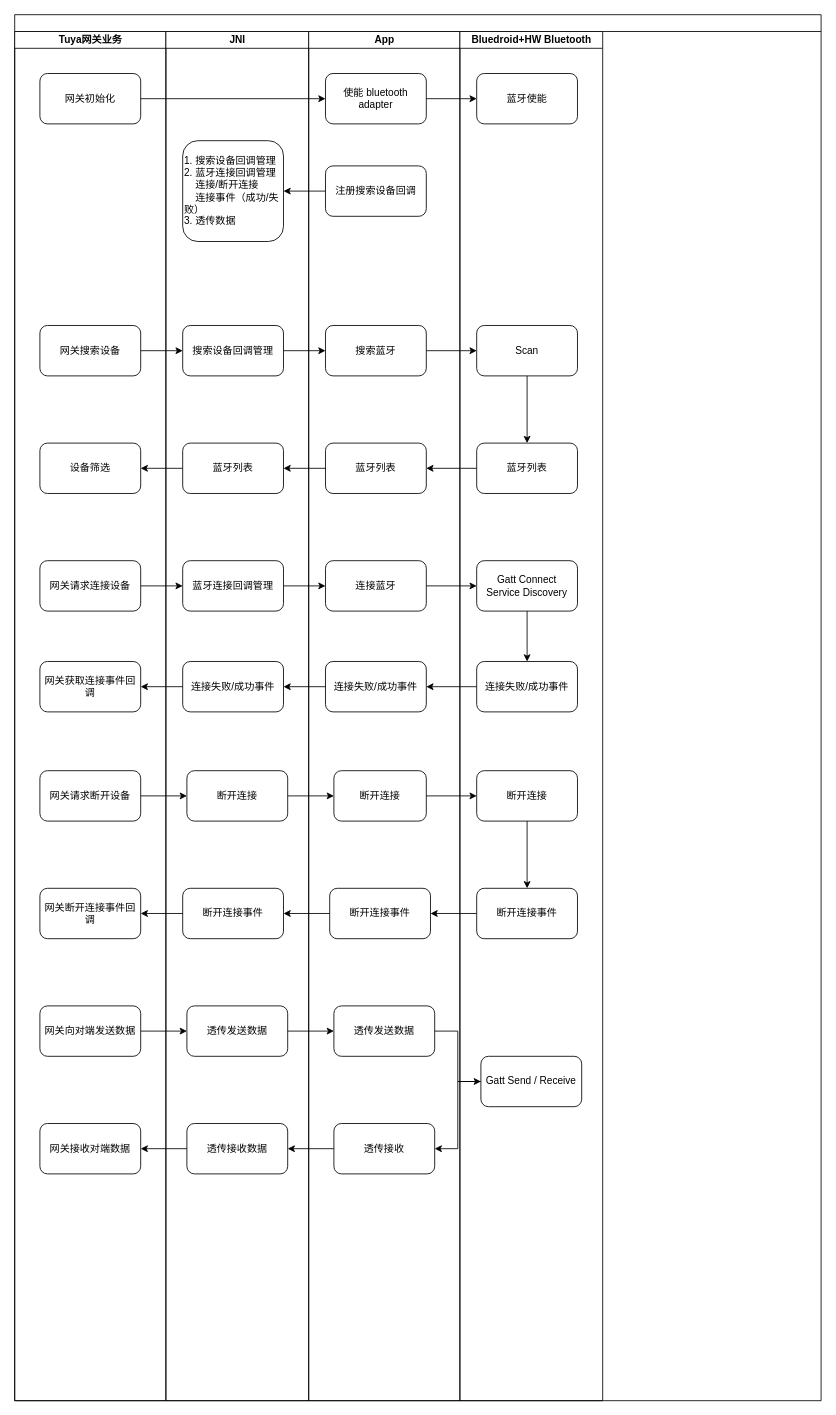
This is 未命名绘图.drawio from mimimumu/htmltest, a draw.io file, before an edit. Source tidied: cells renumbered, new cells numbered last; positions are measured from the earlier drawing's top-left corner, leaving out a move shared by most shapes. Both pictures are drawn from the tidied source at 84%, with x=0, y=0 at pixel (14, 14).
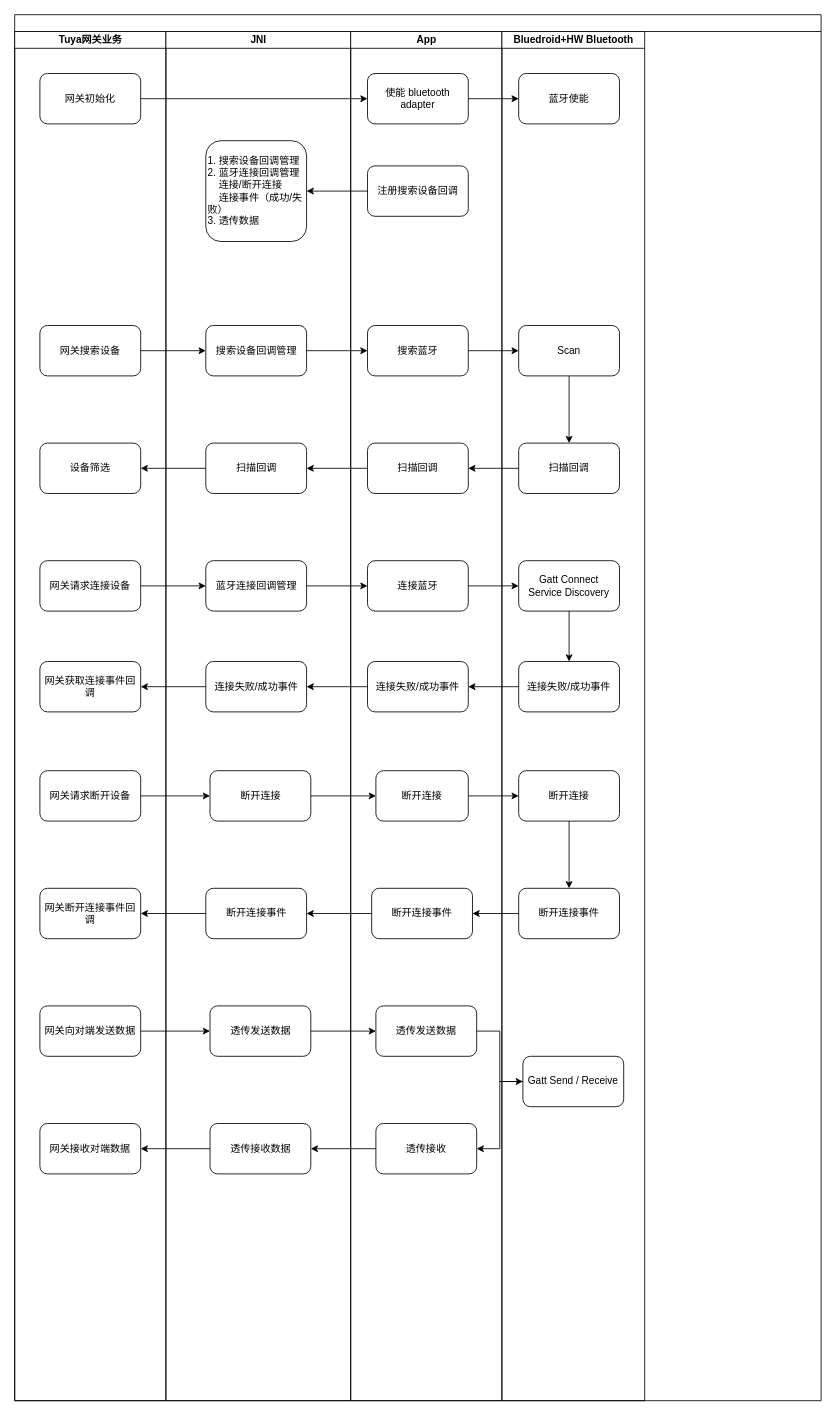
Above is the later version.

Commit message:
更新未命名绘图.drawio

The change refers to these unchanged cells:
```xml
<mxCell id="2" style="swimlane;html=1;startSize=20;rounded=0;shadow=0;labelBackgroundColor=none;strokeWidth=1;fontFamily=Verdana;fontSize=8;align=center;" parent="1" vertex="1">
  <mxGeometry width="960" height="1650" as="geometry" />
</mxCell>
<mxCell id="29" value="断开连接事件" style="whiteSpace=wrap;html=1;rounded=1;" parent="21" vertex="1">
  <mxGeometry x="25" y="1020" width="120" height="60" as="geometry" />
</mxCell>
<mxCell id="39" value="断开连接" style="whiteSpace=wrap;html=1;rounded=1;" parent="31" vertex="1">
  <mxGeometry x="20" y="880" width="120" height="60" as="geometry" />
</mxCell>
<mxCell id="40" value="Gatt Send / Receive" style="whiteSpace=wrap;html=1;rounded=1;" parent="31" vertex="1">
  <mxGeometry x="25" y="1220" width="120" height="60" as="geometry" />
</mxCell>
```

Diff of the diagram source:
```diff
@@
     <mxCell id="11" value="JNI" style="swimlane;html=1;startSize=20;" parent="2" vertex="1">
-      <mxGeometry x="180" y="20" width="170" height="1630" as="geometry" />
+      <mxGeometry x="180" y="20" width="220" height="1630" as="geometry" />
     </mxCell>
     <mxCell id="12" value="1. 搜索设备回调管理&lt;br&gt;2. 蓝牙连接回调管理&lt;br&gt;&amp;nbsp; &amp;nbsp; 连接/断开连接&lt;br&gt;&amp;nbsp; &amp;nbsp;&amp;nbsp;&lt;span style=&quot;text-align: center&quot;&gt;连接事件（成功/失败）&lt;br&gt;3. 透传数据&lt;br&gt;&lt;/span&gt;" style="rounded=1;whiteSpace=wrap;html=1;align=left;" parent="11" vertex="1">
-      <mxGeometry x="20" y="130" width="120" height="120" as="geometry" />
+      <mxGeometry x="47.5" y="130" width="120" height="120" as="geometry" />
     </mxCell>
     <mxCell id="13" value="搜索设备回调管理" style="rounded=1;whiteSpace=wrap;html=1;" parent="11" vertex="1">
-      <mxGeometry x="20" y="350" width="120" height="60" as="geometry" />
+      <mxGeometry x="47.5" y="350" width="120" height="60" as="geometry" />
     </mxCell>
-    <mxCell id="14" value="蓝牙列表" style="whiteSpace=wrap;html=1;rounded=1;" parent="11" vertex="1">
-      <mxGeometry x="20" y="490" width="120" height="60" as="geometry" />
+    <mxCell id="14" value="扫描回调" style="whiteSpace=wrap;html=1;rounded=1;" parent="11" vertex="1">
+      <mxGeometry x="47.5" y="490" width="120" height="60" as="geometry" />
     </mxCell>
     <mxCell id="15" value="蓝牙连接回调管理" style="whiteSpace=wrap;html=1;rounded=1;" parent="11" vertex="1">
-      <mxGeometry x="20" y="630" width="120" height="60" as="geometry" />
+      <mxGeometry x="47.5" y="630" width="120" height="60" as="geometry" />
     </mxCell>
     <mxCell id="16" value="连接失败/成功事件" style="whiteSpace=wrap;html=1;rounded=1;" parent="11" vertex="1">
-      <mxGeometry x="20" y="750" width="120" height="60" as="geometry" />
+      <mxGeometry x="47.5" y="750" width="120" height="60" as="geometry" />
     </mxCell>
     <mxCell id="17" value="断开连接" style="whiteSpace=wrap;html=1;rounded=1;" parent="11" vertex="1">
-      <mxGeometry x="25" y="880" width="120" height="60" as="geometry" />
+      <mxGeometry x="52.5" y="880" width="120" height="60" as="geometry" />
     </mxCell>
     <mxCell id="18" value="断开连接事件" style="whiteSpace=wrap;html=1;rounded=1;" parent="11" vertex="1">
-      <mxGeometry x="20" y="1020" width="120" height="60" as="geometry" />
+      <mxGeometry x="47.5" y="1020" width="120" height="60" as="geometry" />
     </mxCell>
     <mxCell id="19" value="透传发送数据" style="whiteSpace=wrap;html=1;rounded=1;" parent="11" vertex="1">
-      <mxGeometry x="25" y="1160" width="120" height="60" as="geometry" />
+      <mxGeometry x="52.5" y="1160" width="120" height="60" as="geometry" />
     </mxCell>
     <mxCell id="20" value="透传接收数据" style="whiteSpace=wrap;html=1;rounded=1;" parent="11" vertex="1">
-      <mxGeometry x="25" y="1300" width="120" height="60" as="geometry" />
+      <mxGeometry x="52.5" y="1300" width="120" height="60" as="geometry" />
     </mxCell>
     <mxCell id="21" value="App" style="swimlane;html=1;startSize=20;" parent="2" vertex="1">
-      <mxGeometry x="350" y="20" width="180" height="1630" as="geometry" />
+      <mxGeometry x="400" y="20" width="180" height="1630" as="geometry" />
     </mxCell>
@@
-    <mxCell id="25" value="蓝牙列表" style="whiteSpace=wrap;html=1;rounded=1;" parent="21" vertex="1">
+    <mxCell id="25" value="扫描回调" style="whiteSpace=wrap;html=1;rounded=1;" parent="21" vertex="1">
       <mxGeometry x="20" y="490" width="120" height="60" as="geometry" />
     </mxCell>
@@
+    <mxCell id="71" value="透传接收" style="whiteSpace=wrap;html=1;rounded=1;" parent="21" vertex="1">
+      <mxGeometry x="30" y="1300" width="120" height="60" as="geometry" />
+    </mxCell>
     <mxCell id="31" value="Bluedroid+HW Bluetooth" style="swimlane;html=1;startSize=20;" parent="2" vertex="1">
-      <mxGeometry x="530" y="20" width="170" height="1630" as="geometry" />
+      <mxGeometry x="580" y="20" width="170" height="1630" as="geometry" />
     </mxCell>
@@
-    <mxCell id="34" value="蓝牙列表" style="whiteSpace=wrap;html=1;rounded=1;" parent="31" vertex="1">
+    <mxCell id="34" value="扫描回调" style="whiteSpace=wrap;html=1;rounded=1;" parent="31" vertex="1">
       <mxGeometry x="20" y="490" width="120" height="60" as="geometry" />
     </mxCell>
@@
+    <mxCell id="66" value="断开连接事件" style="whiteSpace=wrap;html=1;rounded=1;" parent="31" vertex="1">
+      <mxGeometry x="20" y="1020" width="120" height="60" as="geometry" />
+    </mxCell>
+    <mxCell id="67" style="edgeStyle=orthogonalEdgeStyle;rounded=0;jettySize=auto;html=1;" parent="31" edge="1" source="39" target="66">
+      <mxGeometry relative="1" as="geometry" />
+    </mxCell>
@@
+    <mxCell id="65" style="edgeStyle=orthogonalEdgeStyle;rounded=0;jettySize=auto;html=1;" parent="2" edge="1" source="66" target="29">
+      <mxGeometry relative="1" as="geometry" />
+    </mxCell>
+    <mxCell id="72" style="edgeStyle=orthogonalEdgeStyle;rounded=0;jettySize=auto;html=1;entryX=1;entryY=0.5;entryDx=0;entryDy=0;" parent="2" edge="1" source="40" target="71">
+      <mxGeometry relative="1" as="geometry" />
+    </mxCell>
+    <mxCell id="70" style="edgeStyle=orthogonalEdgeStyle;rounded=0;jettySize=auto;html=1;" parent="2" edge="1" source="71" target="20">
+      <mxGeometry relative="1" as="geometry" />
+    </mxCell>
@@
-    <mxCell id="65" style="edgeStyle=orthogonalEdgeStyle;rounded=0;jettySize=auto;html=1;" parent="1" edge="1" source="66" target="29">
-      <mxGeometry relative="1" as="geometry" />
-    </mxCell>
-    <mxCell id="66" value="断开连接事件" style="whiteSpace=wrap;html=1;rounded=1;" parent="1" vertex="1">
-      <mxGeometry x="550" y="1040" width="120" height="60" as="geometry" />
-    </mxCell>
-    <mxCell id="67" style="edgeStyle=orthogonalEdgeStyle;rounded=0;jettySize=auto;html=1;" parent="1" edge="1" source="39" target="66">
-      <mxGeometry relative="1" as="geometry" />
-    </mxCell>
@@
-    <mxCell id="70" style="edgeStyle=orthogonalEdgeStyle;rounded=0;jettySize=auto;html=1;" parent="1" edge="1" source="71" target="20">
-      <mxGeometry relative="1" as="geometry" />
-    </mxCell>
-    <mxCell id="71" value="透传接收" style="whiteSpace=wrap;html=1;rounded=1;" parent="1" vertex="1">
-      <mxGeometry x="380" y="1320" width="120" height="60" as="geometry" />
-    </mxCell>
-    <mxCell id="72" style="edgeStyle=orthogonalEdgeStyle;rounded=0;jettySize=auto;html=1;entryX=1;entryY=0.5;entryDx=0;entryDy=0;" parent="1" edge="1" source="40" target="71">
-      <mxGeometry relative="1" as="geometry" />
-    </mxCell>
```
